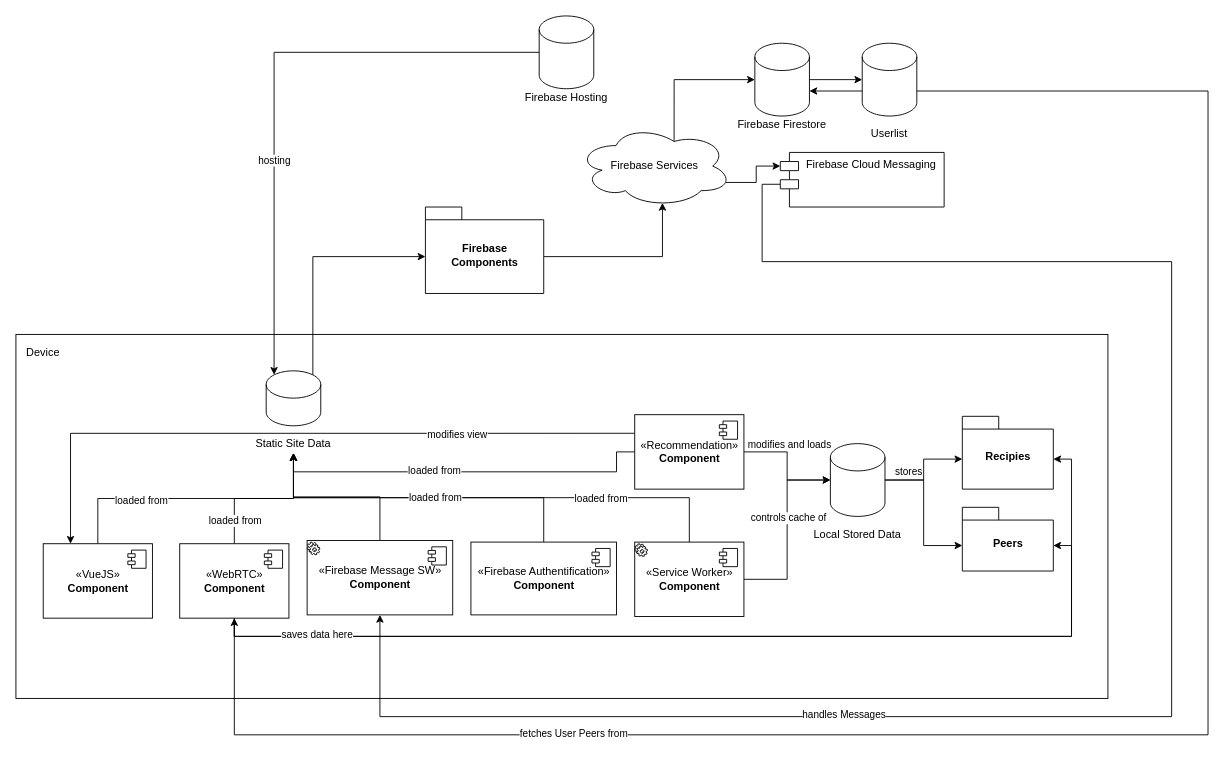
This is page "Page-1" (1 of 2) of Artefakte/Systemarchitektur/WS2020_CobanMai_Sytemarchitektur.drawio from Inf166/PeerToPeerSharingOfCookingRecipies, a draw.io file, before an edit. Source tidied: cells renumbered, new cells numbered last; positions are measured from the earlier drawing's top-left corner, leaving out a move shared by most shapes. Both pictures are drawn from the tidied source at 91%, with x=0, y=0 at pixel (15, 15).
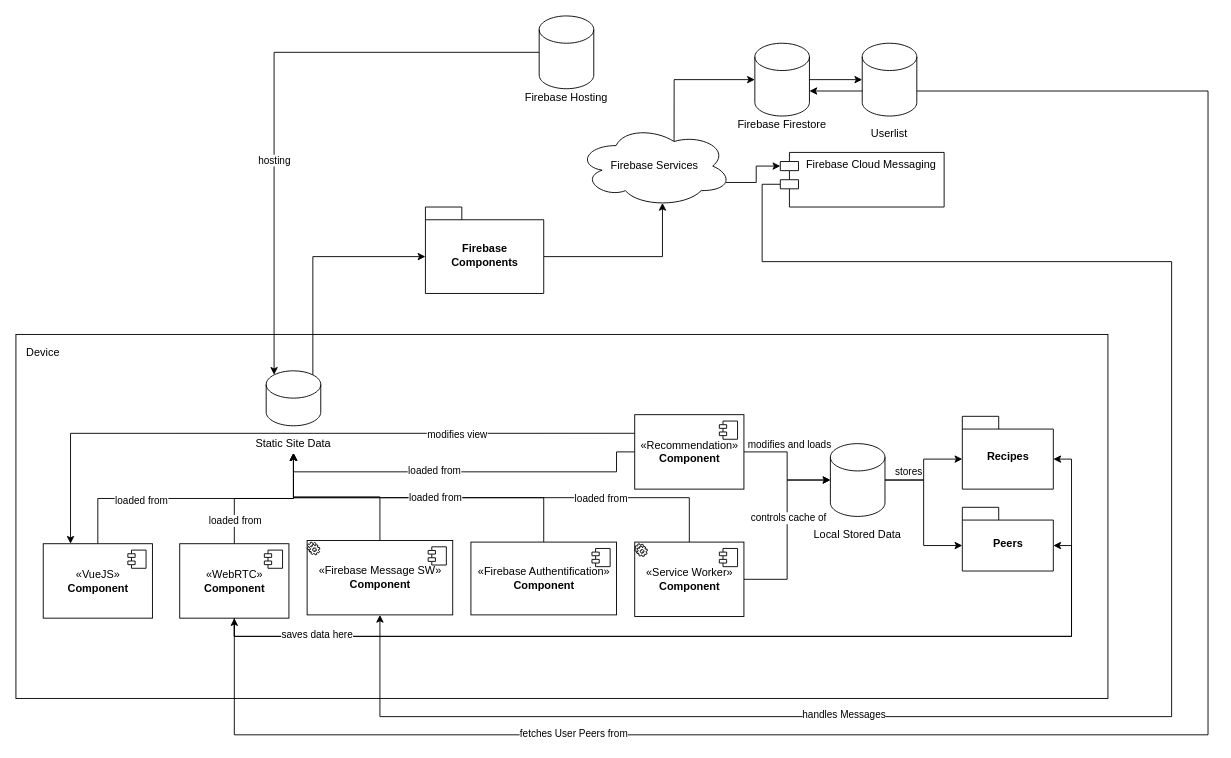
The same page after the edit.

The edit, as a diff of the source:
```diff
@@
-    <mxCell id="34" value="Recipies" style="shape=folder;fontStyle=1;spacingTop=10;tabWidth=40;tabHeight=14;tabPosition=left;html=1;" parent="1" vertex="1">
+    <mxCell id="34" value="Recipes" style="shape=folder;fontStyle=1;spacingTop=10;tabWidth=40;tabHeight=14;tabPosition=left;html=1;" parent="1" vertex="1">
       <mxGeometry x="1040" y="440" width="100" height="80" as="geometry" />
     </mxCell>
```
